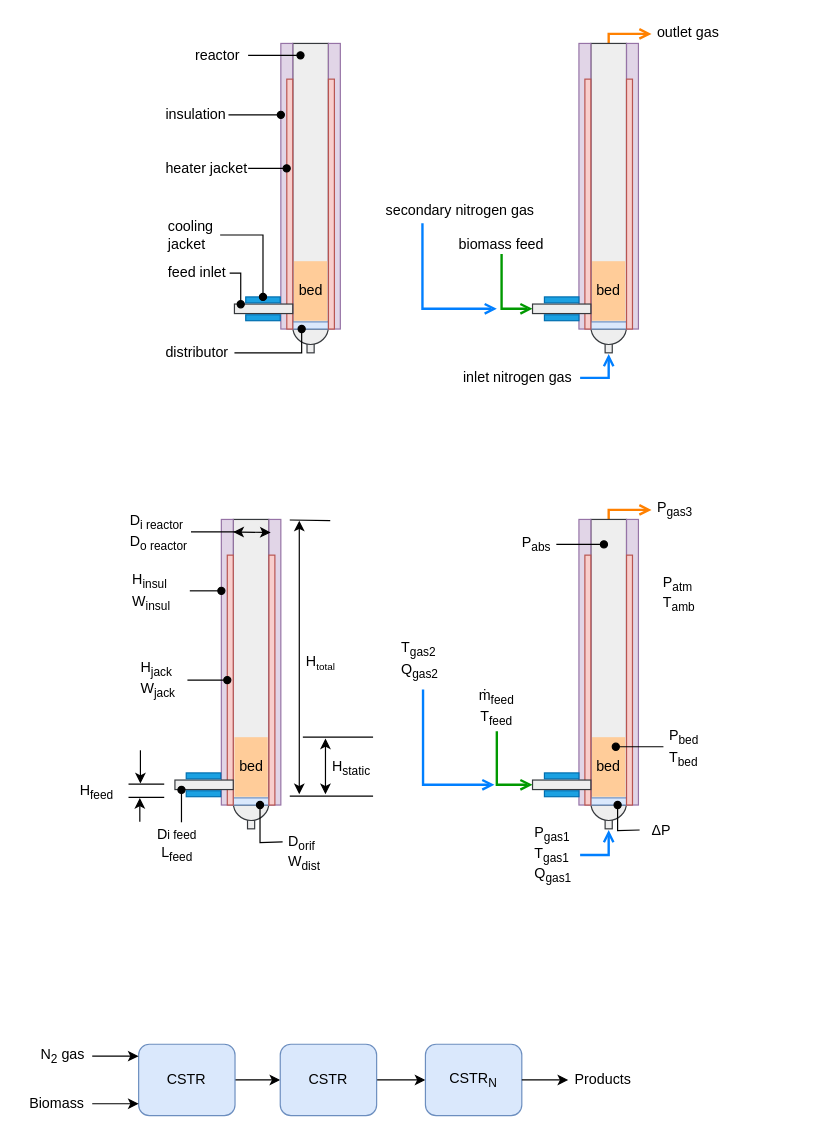
wigging/batch-cstr-pyrolysis keeps this draw.io diagram as diagrams/pyrolyzer.drawio. Above is the earlier version. Source tidied: cells renumbered, new cells numbered last; positions are measured from the earlier drawing's top-left corner, leaving out a move shared by most shapes. Both pictures are drawn from the tidied source at 119%, with x=0, y=0 at pixel (20, 20).
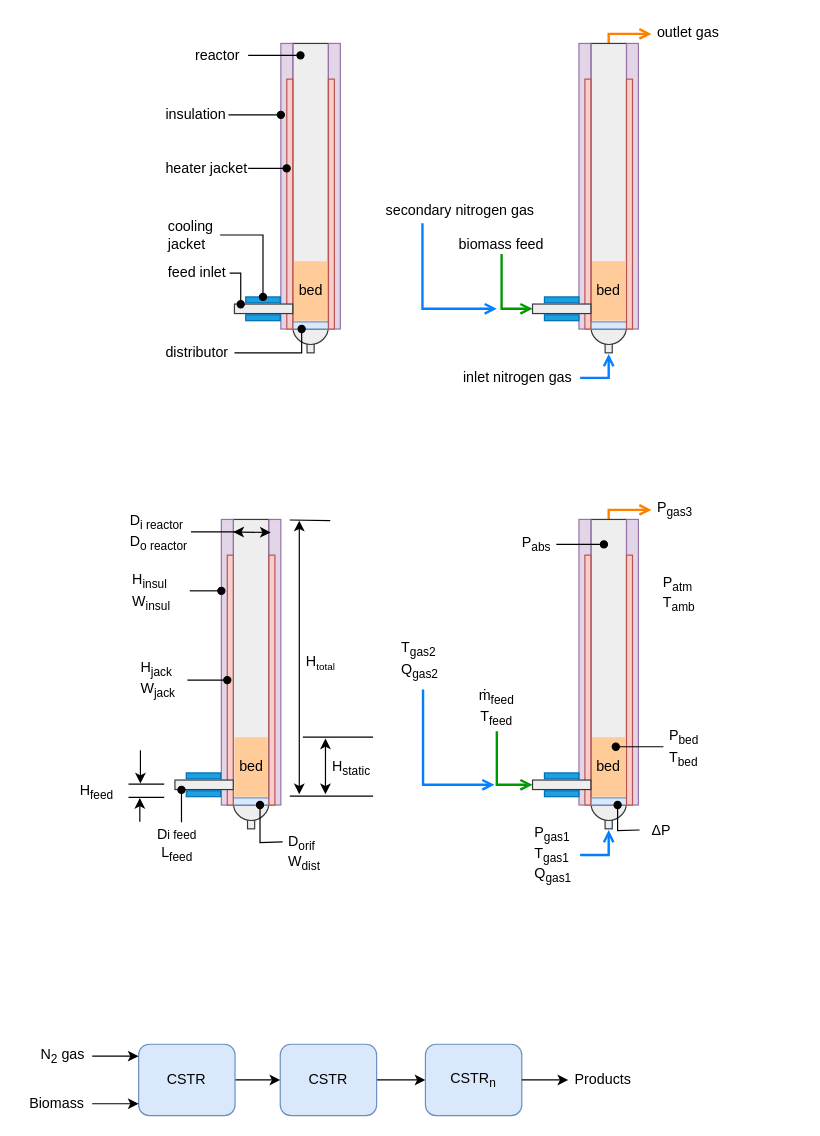
After the change.

Change to the diagram source:
```diff
@@
-    <mxCell id="113" value="CSTR&lt;sub&gt;N&lt;/sub&gt;" style="rounded=1;whiteSpace=wrap;html=1;fillColor=#dae8fc;strokeColor=#6c8ebf;" parent="1" vertex="1">
+    <mxCell id="113" value="CSTR&lt;sub&gt;n&lt;/sub&gt;" style="rounded=1;whiteSpace=wrap;html=1;fillColor=#dae8fc;strokeColor=#6c8ebf;" parent="1" vertex="1">
       <mxGeometry x="340" y="860" width="81" height="60" as="geometry" />
     </mxCell>
```
